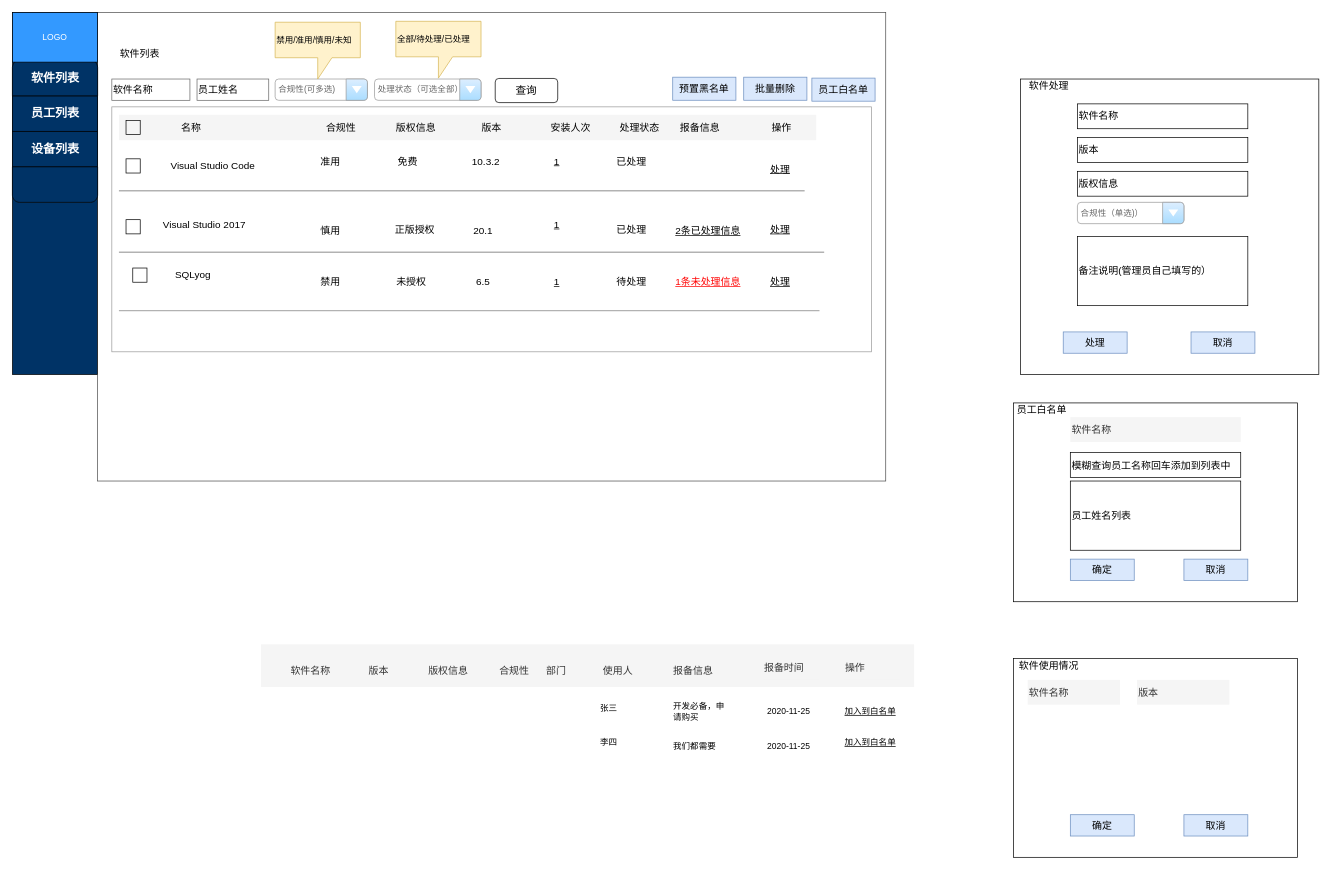
Above: page "后台管理v2" (8 of 8) of 正版软件管理.drawio in mashifei/uml (draw.io), before the change. Source tidied: cells renumbered, new cells numbered last; positions are measured from the earlier drawing's top-left corner, leaving out a move shared by most shapes. Both pictures are drawn from the tidied source at 71%, with x=0, y=0 at pixel (12, 12).
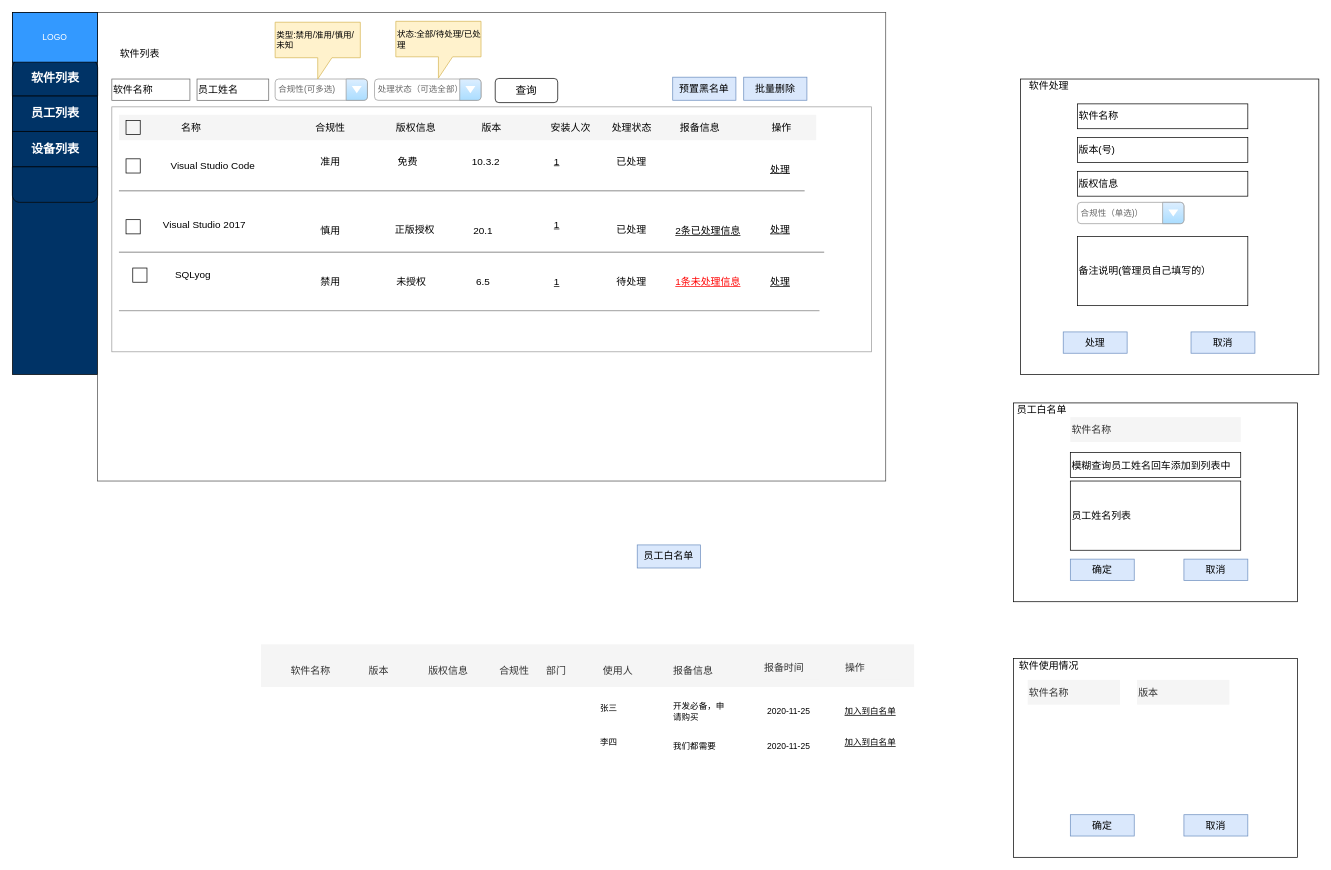
The same diagram, later.

Commit message (it also covers changes not shown here):
更新正版软件管理.drawio

What changed in the source:
```diff
@@
-    <mxCell id="20" value="版本" style="rounded=0;whiteSpace=wrap;html=1;shadow=0;sketch=0;strokeColor=#000000;fillColor=none;fontSize=14;fontColor=#000000;align=left;" parent="1" vertex="1">
+    <mxCell id="20" value="版本(号)" style="rounded=0;whiteSpace=wrap;html=1;shadow=0;sketch=0;strokeColor=#000000;fillColor=none;fontSize=14;fontColor=#000000;align=left;" parent="1" vertex="1">
       <mxGeometry x="1500" y="176.2" width="240" height="35" as="geometry" />
     </mxCell>
@@
-    <mxCell id="50" value="禁用/准用/慎用/未知" style="shape=callout;whiteSpace=wrap;html=1;perimeter=calloutPerimeter;fontSize=12;align=left;fillColor=#fff2cc;strokeColor=#d6b656;" parent="1" vertex="1">
+    <mxCell id="50" value="类型:禁用/准用/慎用/未知" style="shape=callout;whiteSpace=wrap;html=1;perimeter=calloutPerimeter;fontSize=12;align=left;fillColor=#fff2cc;strokeColor=#d6b656;" parent="1" vertex="1">
       <mxGeometry x="370" y="13.8" width="120" height="80" as="geometry" />
     </mxCell>
-    <mxCell id="51" value="全部/待处理/已处理" style="shape=callout;whiteSpace=wrap;html=1;perimeter=calloutPerimeter;fontSize=12;align=left;fillColor=#fff2cc;strokeColor=#d6b656;" parent="1" vertex="1">
+    <mxCell id="51" value="状态:全部/待处理/已处理" style="shape=callout;whiteSpace=wrap;html=1;perimeter=calloutPerimeter;fontSize=12;align=left;fillColor=#fff2cc;strokeColor=#d6b656;" parent="1" vertex="1">
       <mxGeometry x="540" y="12.5" width="120" height="80" as="geometry" />
     </mxCell>
@@
     <mxCell id="54" value="员工白名单" style="rounded=0;whiteSpace=wrap;html=1;shadow=0;sketch=0;fontSize=14;fillColor=#dae8fc;strokeColor=#6c8ebf;" parent="1" vertex="1">
-      <mxGeometry x="1126" y="92.5" width="89" height="32.5" as="geometry" />
+      <mxGeometry x="880" y="750" width="89" height="32.5" as="geometry" />
     </mxCell>
@@
     <mxCell id="64" value="合规性" style="text;html=1;strokeColor=none;fillColor=none;align=center;verticalAlign=middle;whiteSpace=wrap;rounded=0;shadow=0;sketch=0;fontSize=14;" parent="1" vertex="1">
-      <mxGeometry x="410.4" y="152.1" width="105.7" height="20" as="geometry" />
+      <mxGeometry x="394.9" y="152.1" width="105.7" height="20" as="geometry" />
     </mxCell>
@@
     <mxCell id="67" value="处理状态" style="text;html=1;strokeColor=none;fillColor=none;align=center;verticalAlign=middle;whiteSpace=wrap;rounded=0;shadow=0;sketch=0;fontSize=14;" parent="1" vertex="1">
-      <mxGeometry x="834.5" y="152.1" width="96.9" height="20" as="geometry" />
+      <mxGeometry x="823.8" y="152.1" width="96.9" height="20" as="geometry" />
     </mxCell>
@@
-    <mxCell id="73" value="模糊查询员工名称回车添加到列表中" style="rounded=0;whiteSpace=wrap;html=1;shadow=0;sketch=0;strokeColor=#000000;fillColor=none;fontSize=14;fontColor=#000000;align=left;" parent="1" vertex="1">
+    <mxCell id="73" value="模糊查询员工姓名回车添加到列表中" style="rounded=0;whiteSpace=wrap;html=1;shadow=0;sketch=0;strokeColor=#000000;fillColor=none;fontSize=14;fontColor=#000000;align=left;" parent="1" vertex="1">
       <mxGeometry x="1490" y="620" width="240" height="35" as="geometry" />
     </mxCell>
```
